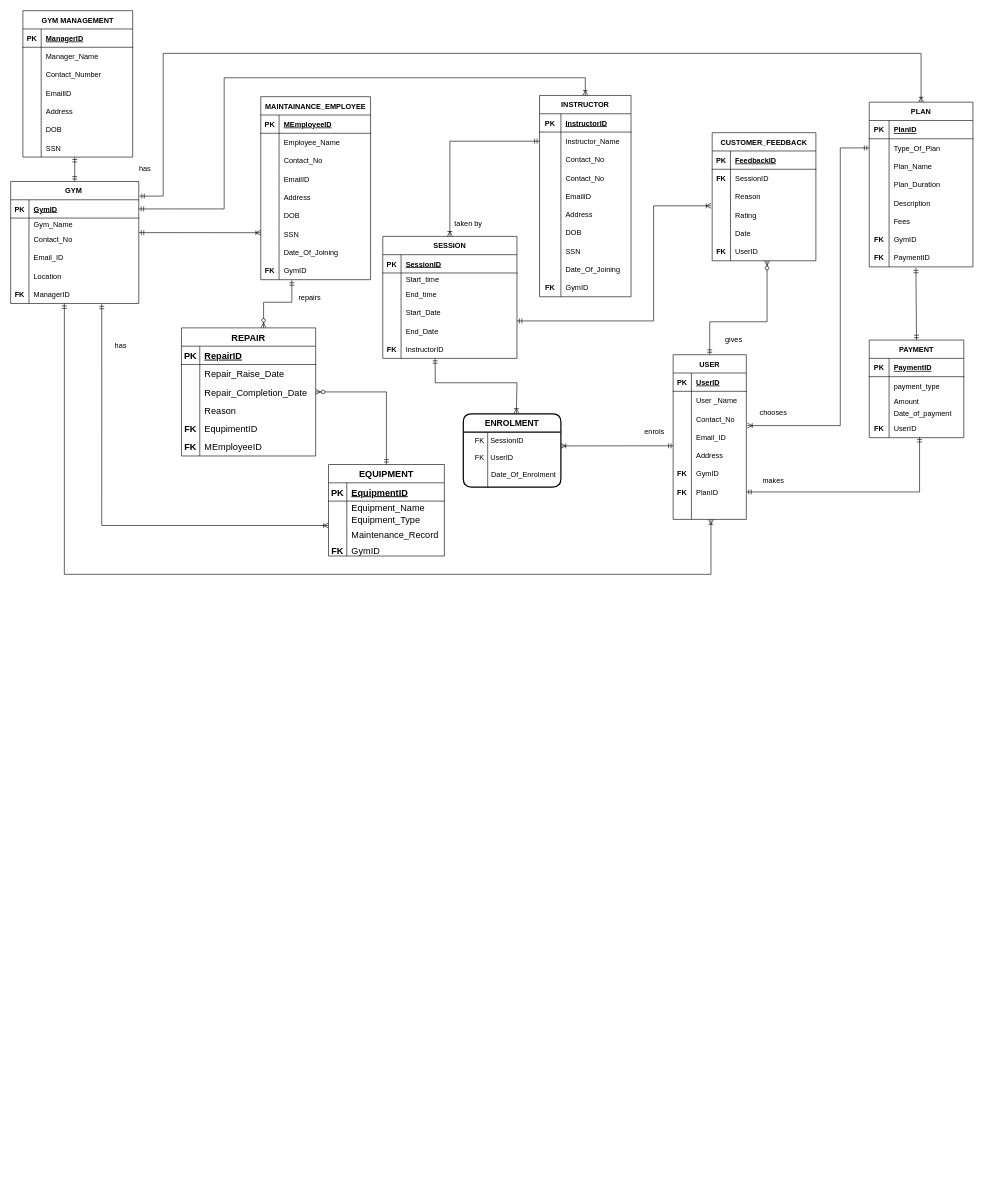
Above: Gym_Management_ERD.drawio in Tharunip/DAMG6210_PROJECT11 (draw.io), before the change. Source tidied: cells renumbered, new cells numbered last; positions are measured from the earlier drawing's top-left corner, leaving out a move shared by most shapes. Both pictures are drawn from the tidied source at 61%, with x=0, y=0 at pixel (10, 10).
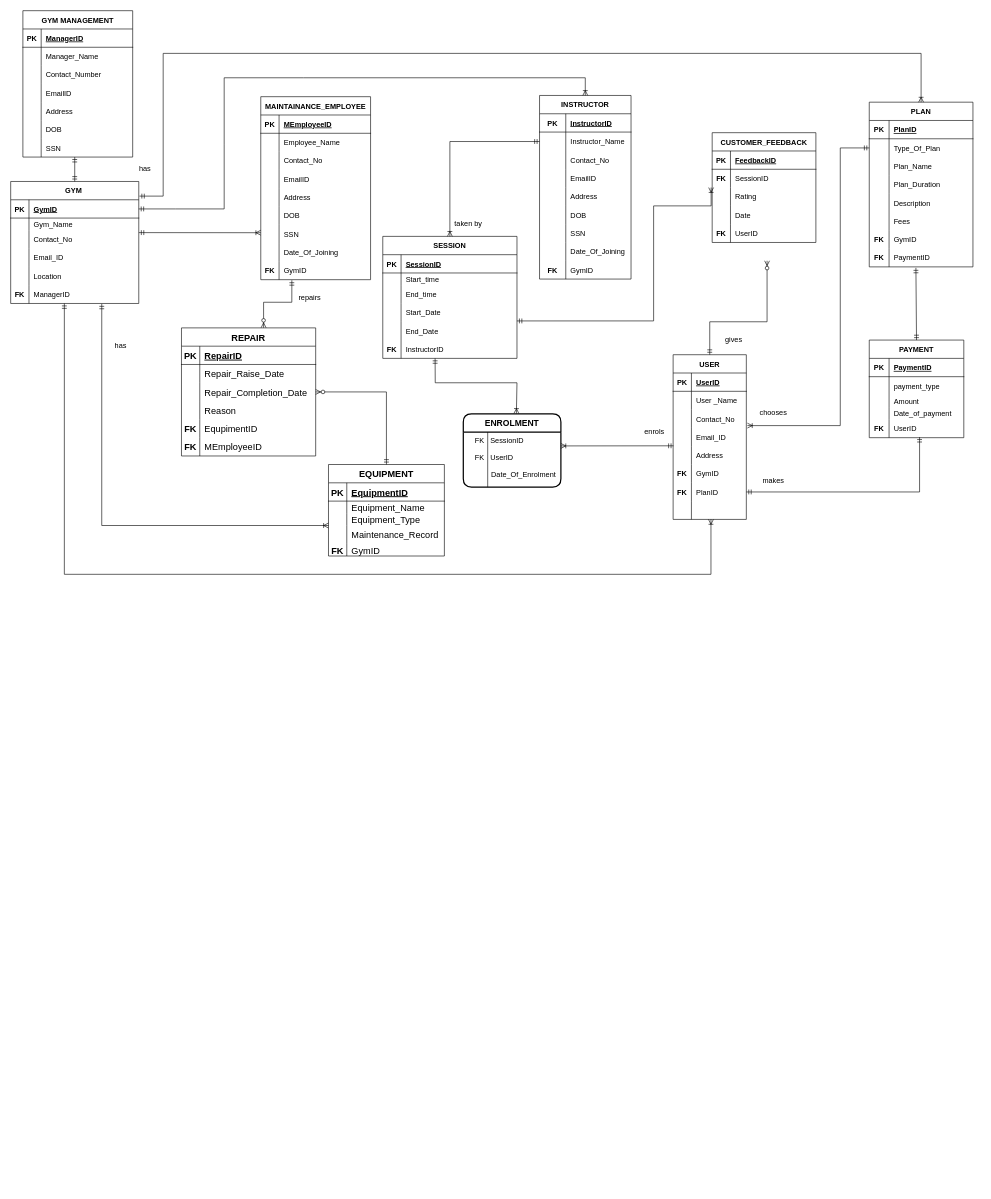
The same diagram, later.

The change refers to these unchanged cells:
```xml
<mxCell id="22" style="shape=tableRow;horizontal=0;startSize=0;swimlaneHead=0;swimlaneBody=0;fillColor=none;top=0;left=0;right=0;bottom=1;" parent="21" vertex="1">
  <mxGeometry y="30" width="150" height="30" as="geometry" />
</mxCell>
```

Change to the diagram source:
```diff
@@
     <mxCell id="21" value="INSTRUCTOR" style="shape=table;startSize=30;childLayout=tableLayout;rowLines=0;fontStyle=1;align=center;" parent="1" vertex="1">
-      <mxGeometry x="867" y="139" width="150" height="330" as="geometry" />
+      <mxGeometry x="867" y="139" width="150" height="301" as="geometry" />
     </mxCell>
@@
     <mxCell id="23" value="PK" style="shape=partialRectangle;fillColor=none;top=0;left=0;bottom=0;right=0;fontStyle=1;overflow=hidden;" parent="22" vertex="1">
-      <mxGeometry width="35" height="30" as="geometry" />
+      <mxGeometry width="43" height="30" as="geometry" />
     </mxCell>
     <mxCell id="24" value="InstructorID" style="shape=partialRectangle;fillColor=none;top=0;left=0;bottom=0;right=0;align=left;spacingLeft=6;fontStyle=5;overflow=hidden;" parent="22" vertex="1">
-      <mxGeometry x="35" width="115" height="30" as="geometry" />
+      <mxGeometry x="43" width="107" height="30" as="geometry" />
     </mxCell>
     <mxCell id="25" style="shape=tableRow;horizontal=0;startSize=0;swimlaneHead=0;swimlaneBody=0;fillColor=none;points=[[0,0.5],[1,0.5]];portConstraint=eastwest;top=0;left=0;right=0;bottom=0;" parent="21" vertex="1">
-      <mxGeometry y="60" width="150" height="30" as="geometry" />
+      <mxGeometry y="60" width="150" height="31" as="geometry" />
     </mxCell>
     <mxCell id="26" style="shape=partialRectangle;fillColor=none;top=0;left=0;bottom=0;right=0;overflow=hidden;fontStyle=1;" parent="25" vertex="1">
-      <mxGeometry width="35" height="30" as="geometry" />
+      <mxGeometry width="43" height="31" as="geometry" />
     </mxCell>
     <mxCell id="27" value="Instructor_Name" style="shape=partialRectangle;fillColor=none;top=0;left=0;bottom=0;right=0;align=left;spacingLeft=6;overflow=hidden;" parent="25" vertex="1">
-      <mxGeometry x="35" width="115" height="30" as="geometry" />
+      <mxGeometry x="43" width="107" height="31" as="geometry" />
     </mxCell>
     <mxCell id="28" style="shape=tableRow;horizontal=0;startSize=0;swimlaneHead=0;swimlaneBody=0;fillColor=none;top=0;left=0;right=0;bottom=0;" parent="21" vertex="1">
-      <mxGeometry y="90" width="150" height="30" as="geometry" />
+      <mxGeometry y="91" width="150" height="30" as="geometry" />
     </mxCell>
     <mxCell id="29" style="shape=partialRectangle;fillColor=none;top=0;left=0;bottom=0;right=0;overflow=hidden;fontStyle=1;" parent="28" vertex="1">
-      <mxGeometry width="35" height="30" as="geometry" />
+      <mxGeometry width="43" height="30" as="geometry" />
     </mxCell>
     <mxCell id="30" value="Contact_No" style="shape=partialRectangle;fillColor=none;top=0;left=0;bottom=0;right=0;align=left;spacingLeft=6;overflow=hidden;" parent="28" vertex="1">
-      <mxGeometry x="35" width="115" height="30" as="geometry" />
+      <mxGeometry x="43" width="107" height="30" as="geometry" />
     </mxCell>
-    <mxCell id="31" style="shape=tableRow;horizontal=0;startSize=0;swimlaneHead=0;swimlaneBody=0;fillColor=none;top=0;left=0;right=0;bottom=0;" parent="21" vertex="1">
-      <mxGeometry y="120" width="150" height="30" as="geometry" />
-    </mxCell>
-    <mxCell id="32" style="shape=partialRectangle;fillColor=none;top=0;left=0;bottom=0;right=0;overflow=hidden;fontStyle=1;" parent="31" vertex="1">
-      <mxGeometry width="35" height="30" as="geometry" />
-    </mxCell>
-    <mxCell id="33" value="Contact_No" style="shape=partialRectangle;fillColor=none;top=0;left=0;bottom=0;right=0;align=left;spacingLeft=6;overflow=hidden;" parent="31" vertex="1">
-      <mxGeometry x="35" width="115" height="30" as="geometry" />
-    </mxCell>
     <mxCell id="34" style="shape=tableRow;horizontal=0;startSize=0;swimlaneHead=0;swimlaneBody=0;fillColor=none;top=0;left=0;right=0;bottom=0;" parent="21" vertex="1">
-      <mxGeometry y="150" width="150" height="30" as="geometry" />
+      <mxGeometry y="121" width="150" height="30" as="geometry" />
     </mxCell>
     <mxCell id="35" style="shape=partialRectangle;fillColor=none;top=0;left=0;bottom=0;right=0;overflow=hidden;fontStyle=1;" parent="34" vertex="1">
-      <mxGeometry width="35" height="30" as="geometry" />
+      <mxGeometry width="43" height="30" as="geometry" />
     </mxCell>
     <mxCell id="36" value="EmailID" style="shape=partialRectangle;fillColor=none;top=0;left=0;bottom=0;right=0;align=left;spacingLeft=6;overflow=hidden;" parent="34" vertex="1">
-      <mxGeometry x="35" width="115" height="30" as="geometry" />
+      <mxGeometry x="43" width="107" height="30" as="geometry" />
     </mxCell>
     <mxCell id="37" style="shape=tableRow;horizontal=0;startSize=0;swimlaneHead=0;swimlaneBody=0;fillColor=none;top=0;left=0;right=0;bottom=0;" parent="21" vertex="1">
-      <mxGeometry y="180" width="150" height="30" as="geometry" />
+      <mxGeometry y="151" width="150" height="30" as="geometry" />
     </mxCell>
     <mxCell id="38" style="shape=partialRectangle;fillColor=none;top=0;left=0;bottom=0;right=0;overflow=hidden;fontStyle=1;" parent="37" vertex="1">
-      <mxGeometry width="35" height="30" as="geometry" />
+      <mxGeometry width="43" height="30" as="geometry" />
     </mxCell>
     <mxCell id="39" value="Address" style="shape=partialRectangle;fillColor=none;top=0;left=0;bottom=0;right=0;align=left;spacingLeft=6;overflow=hidden;" parent="37" vertex="1">
-      <mxGeometry x="35" width="115" height="30" as="geometry" />
+      <mxGeometry x="43" width="107" height="30" as="geometry" />
     </mxCell>
     <mxCell id="40" style="shape=tableRow;horizontal=0;startSize=0;swimlaneHead=0;swimlaneBody=0;fillColor=none;top=0;left=0;right=0;bottom=0;" parent="21" vertex="1">
-      <mxGeometry y="210" width="150" height="30" as="geometry" />
+      <mxGeometry y="181" width="150" height="30" as="geometry" />
     </mxCell>
     <mxCell id="41" style="shape=partialRectangle;fillColor=none;top=0;left=0;bottom=0;right=0;overflow=hidden;fontStyle=1;" parent="40" vertex="1">
-      <mxGeometry width="35" height="30" as="geometry" />
+      <mxGeometry width="43" height="30" as="geometry" />
     </mxCell>
     <mxCell id="42" value="DOB" style="shape=partialRectangle;fillColor=none;top=0;left=0;bottom=0;right=0;align=left;spacingLeft=6;overflow=hidden;" parent="40" vertex="1">
-      <mxGeometry x="35" width="115" height="30" as="geometry" />
+      <mxGeometry x="43" width="107" height="30" as="geometry" />
     </mxCell>
     <mxCell id="43" style="shape=tableRow;horizontal=0;startSize=0;swimlaneHead=0;swimlaneBody=0;fillColor=none;top=0;left=0;right=0;bottom=0;" parent="21" vertex="1">
-      <mxGeometry y="240" width="150" height="30" as="geometry" />
+      <mxGeometry y="211" width="150" height="30" as="geometry" />
     </mxCell>
     <mxCell id="44" style="shape=partialRectangle;fillColor=none;top=0;left=0;bottom=0;right=0;overflow=hidden;fontStyle=1;" parent="43" vertex="1">
-      <mxGeometry width="35" height="30" as="geometry" />
+      <mxGeometry width="43" height="30" as="geometry" />
     </mxCell>
     <mxCell id="45" value="SSN" style="shape=partialRectangle;fillColor=none;top=0;left=0;bottom=0;right=0;align=left;spacingLeft=6;overflow=hidden;" parent="43" vertex="1">
-      <mxGeometry x="35" width="115" height="30" as="geometry" />
+      <mxGeometry x="43" width="107" height="30" as="geometry" />
     </mxCell>
     <mxCell id="46" style="shape=tableRow;horizontal=0;startSize=0;swimlaneHead=0;swimlaneBody=0;fillColor=none;top=0;left=0;right=0;bottom=0;" parent="21" vertex="1">
-      <mxGeometry y="270" width="150" height="30" as="geometry" />
+      <mxGeometry y="241" width="150" height="30" as="geometry" />
     </mxCell>
     <mxCell id="47" style="shape=partialRectangle;fillColor=none;top=0;left=0;bottom=0;right=0;overflow=hidden;fontStyle=1;" parent="46" vertex="1">
-      <mxGeometry width="35" height="30" as="geometry" />
+      <mxGeometry width="43" height="30" as="geometry" />
     </mxCell>
     <mxCell id="48" value="Date_Of_Joining" style="shape=partialRectangle;fillColor=none;top=0;left=0;bottom=0;right=0;align=left;spacingLeft=6;overflow=hidden;" parent="46" vertex="1">
-      <mxGeometry x="35" width="115" height="30" as="geometry" />
+      <mxGeometry x="43" width="107" height="30" as="geometry" />
     </mxCell>
     <mxCell id="49" style="shape=tableRow;horizontal=0;startSize=0;swimlaneHead=0;swimlaneBody=0;fillColor=none;top=0;left=0;right=0;bottom=0;" parent="21" vertex="1">
-      <mxGeometry y="300" width="150" height="30" as="geometry" />
+      <mxGeometry y="271" width="150" height="30" as="geometry" />
     </mxCell>
     <mxCell id="50" value="FK" style="shape=partialRectangle;fillColor=none;top=0;left=0;bottom=0;right=0;overflow=hidden;fontStyle=1;" parent="49" vertex="1">
-      <mxGeometry width="35" height="30" as="geometry" />
+      <mxGeometry width="43" height="30" as="geometry" />
     </mxCell>
     <mxCell id="51" value="GymID" style="shape=partialRectangle;fillColor=none;top=0;left=0;bottom=0;right=0;align=left;spacingLeft=6;overflow=hidden;" parent="49" vertex="1">
-      <mxGeometry x="35" width="115" height="30" as="geometry" />
+      <mxGeometry x="43" width="107" height="30" as="geometry" />
     </mxCell>
@@
     <mxCell id="213" value="CUSTOMER_FEEDBACK" style="shape=table;startSize=30;childLayout=tableLayout;rowLines=0;fontStyle=1;align=center;" parent="1" vertex="1">
-      <mxGeometry x="1150" y="200" width="170" height="210" as="geometry" />
+      <mxGeometry x="1150" y="200" width="170" height="180" as="geometry" />
     </mxCell>
@@
-    <mxCell id="220" style="shape=tableRow;horizontal=0;startSize=0;swimlaneHead=0;swimlaneBody=0;fillColor=none;top=0;left=0;right=0;bottom=0;" parent="213" vertex="1">
-      <mxGeometry y="90" width="170" height="30" as="geometry" />
-    </mxCell>
-    <mxCell id="221" style="shape=partialRectangle;fillColor=none;top=0;left=0;bottom=0;right=0;overflow=hidden;" parent="220" vertex="1">
-      <mxGeometry width="30" height="30" as="geometry" />
-    </mxCell>
-    <mxCell id="222" value="Reason" style="shape=partialRectangle;fillColor=none;top=0;left=0;bottom=0;right=0;align=left;spacingLeft=6;overflow=hidden;" parent="220" vertex="1">
-      <mxGeometry x="30" width="140" height="30" as="geometry" />
-    </mxCell>
     <mxCell id="223" style="shape=tableRow;horizontal=0;startSize=0;swimlaneHead=0;swimlaneBody=0;fillColor=none;points=[[0,0.5],[1,0.5]];portConstraint=eastwest;top=0;left=0;right=0;bottom=0;" parent="213" vertex="1">
-      <mxGeometry y="120" width="170" height="30" as="geometry" />
+      <mxGeometry y="90" width="170" height="30" as="geometry" />
     </mxCell>
@@
     <mxCell id="226" style="shape=tableRow;horizontal=0;startSize=0;swimlaneHead=0;swimlaneBody=0;fillColor=none;top=0;left=0;right=0;bottom=0;" parent="213" vertex="1">
-      <mxGeometry y="150" width="170" height="30" as="geometry" />
+      <mxGeometry y="120" width="170" height="30" as="geometry" />
     </mxCell>
@@
     <mxCell id="229" style="shape=tableRow;horizontal=0;startSize=0;swimlaneHead=0;swimlaneBody=0;fillColor=none;top=0;left=0;right=0;bottom=0;" parent="213" vertex="1">
-      <mxGeometry y="180" width="170" height="30" as="geometry" />
+      <mxGeometry y="150" width="170" height="30" as="geometry" />
     </mxCell>
```
